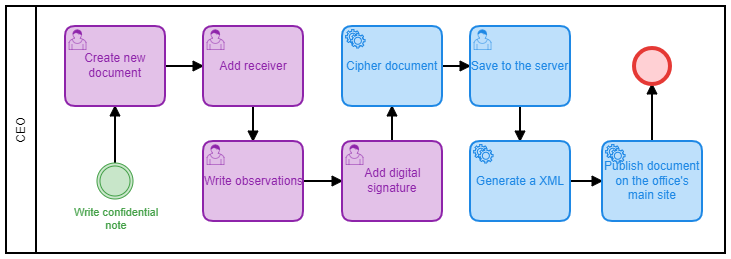
This is Documentation/BPMN/Images/Confidential.png from abiisnn/Digital-Office, a BPMN export, as it was before one commit. Its source is kept beside it as Documentation/BPMN/Confidential.bpmn. Ids are renumbered. Source of this version:
```xml
<bpmn:definitions xmlns:bpmn="http://www.omg.org/spec/BPMN/20100524/MODEL" xmlns:bpmndi="http://www.omg.org/spec/BPMN/20100524/DI" xmlns:di="http://www.omg.org/spec/DD/20100524/DI" xmlns:dc="http://www.omg.org/spec/DD/20100524/DC" xmlns:bioc="http://bpmn.io/schema/bpmn/biocolor/1.0" id="Definitions_n1" targetNamespace="http://bpmn.io/schema/bpmn" exporter="Camunda Modeler" exporterVersion="2.0.3">
  <bpmn:collaboration id="Collaboration_n2">
    <bpmn:participant id="Participant_n3" name="CEO" processRef="Process_1" />
  </bpmn:collaboration>
  <bpmn:process id="Process_1" isExecutable="true">
    <bpmn:sequenceFlow id="SequenceFlow_n4" sourceRef="ServiceTask_n5" targetRef="EndEvent_n6" />
    <bpmn:sequenceFlow id="SequenceFlow_n7" sourceRef="Task_n8" targetRef="ServiceTask_n5" />
    <bpmn:sequenceFlow id="SequenceFlow_n9" sourceRef="UserTask_n10" targetRef="UserTask_n11" />
    <bpmn:sequenceFlow id="SequenceFlow_n12" sourceRef="UserTask_n11" targetRef="ServiceTask_n13" />
    <bpmn:sequenceFlow id="SequenceFlow_n14" sourceRef="IntermediateThrowEvent_n15" targetRef="UserTask_n16" />
    <bpmn:userTask id="UserTask_n16" name="Create new document">
      <bpmn:incoming>SequenceFlow_n14</bpmn:incoming>
      <bpmn:outgoing>SequenceFlow_n17</bpmn:outgoing>
    </bpmn:userTask>
    <bpmn:intermediateThrowEvent id="IntermediateThrowEvent_n15" name="Write confidential note">
      <bpmn:outgoing>SequenceFlow_n14</bpmn:outgoing>
    </bpmn:intermediateThrowEvent>
    <bpmn:userTask id="Task_n18" name="Add receiver">
      <bpmn:incoming>SequenceFlow_n17</bpmn:incoming>
      <bpmn:outgoing>SequenceFlow_n19</bpmn:outgoing>
    </bpmn:userTask>
    <bpmn:sequenceFlow id="SequenceFlow_n17" sourceRef="UserTask_n16" targetRef="Task_n18" />
    <bpmn:sequenceFlow id="SequenceFlow_n19" sourceRef="Task_n18" targetRef="UserTask_n10" />
    <bpmn:userTask id="UserTask_n10" name="Write observations">
      <bpmn:incoming>SequenceFlow_n19</bpmn:incoming>
      <bpmn:outgoing>SequenceFlow_n9</bpmn:outgoing>
    </bpmn:userTask>
    <bpmn:userTask id="UserTask_n11" name="Add digital signature">
      <bpmn:incoming>SequenceFlow_n9</bpmn:incoming>
      <bpmn:outgoing>SequenceFlow_n12</bpmn:outgoing>
    </bpmn:userTask>
    <bpmn:serviceTask id="ServiceTask_n13" name="Cipher document">
      <bpmn:incoming>SequenceFlow_n12</bpmn:incoming>
      <bpmn:outgoing>SequenceFlow_n20</bpmn:outgoing>
    </bpmn:serviceTask>
    <bpmn:serviceTask id="Task_n8" name="Generate a XML">
      <bpmn:incoming>SequenceFlow_n21</bpmn:incoming>
      <bpmn:outgoing>SequenceFlow_n7</bpmn:outgoing>
    </bpmn:serviceTask>
    <bpmn:sequenceFlow id="SequenceFlow_n20" sourceRef="ServiceTask_n13" targetRef="Task_n22" />
    <bpmn:userTask id="Task_n22" name="Save to the server">
      <bpmn:incoming>SequenceFlow_n20</bpmn:incoming>
      <bpmn:outgoing>SequenceFlow_n21</bpmn:outgoing>
    </bpmn:userTask>
    <bpmn:sequenceFlow id="SequenceFlow_n21" sourceRef="Task_n22" targetRef="Task_n8" />
    <bpmn:serviceTask id="ServiceTask_n5" name="Publish document on the office&#39;s main site">
      <bpmn:incoming>SequenceFlow_n7</bpmn:incoming>
      <bpmn:outgoing>SequenceFlow_n4</bpmn:outgoing>
    </bpmn:serviceTask>
    <bpmn:endEvent id="EndEvent_n6">
      <bpmn:incoming>SequenceFlow_n4</bpmn:incoming>
    </bpmn:endEvent>
  </bpmn:process>
  <bpmndi:BPMNDiagram id="BPMNDiagram_1">
    <bpmndi:BPMNPlane id="BPMNPlane_1" bpmnElement="Collaboration_n2">
      <bpmndi:BPMNShape id="Participant_n3_di" bpmnElement="Participant_n3">
        <dc:Bounds x="47" y="189" width="719" height="247" />
      </bpmndi:BPMNShape>
      <bpmndi:BPMNShape id="ServiceTask_n5_di" bpmnElement="ServiceTask_n5" bioc:stroke="#1E88E5" bioc:fill="#BBDEFB">
        <dc:Bounds x="643" y="324" width="100" height="80" />
      </bpmndi:BPMNShape>
      <bpmndi:BPMNShape id="EndEvent_n6_di" bpmnElement="EndEvent_n6" bioc:stroke="#E53935" bioc:fill="#FFCDD2">
        <dc:Bounds x="675" y="231" width="36" height="36" />
      </bpmndi:BPMNShape>
      <bpmndi:BPMNShape id="ServiceTask_n13_di" bpmnElement="ServiceTask_n13" bioc:stroke="#1E88E5" bioc:fill="#BBDEFB">
        <dc:Bounds x="383" y="209" width="100" height="80" />
      </bpmndi:BPMNShape>
      <bpmndi:BPMNShape id="UserTask_n11_di" bpmnElement="UserTask_n11" bioc:stroke="#8E24AA" bioc:fill="#E1BEE7">
        <dc:Bounds x="383" y="324" width="100" height="80" />
      </bpmndi:BPMNShape>
      <bpmndi:BPMNEdge id="SequenceFlow_n12_di" bpmnElement="SequenceFlow_n12">
        <di:waypoint x="433" y="324" />
        <di:waypoint x="433" y="289" />
      </bpmndi:BPMNEdge>
      <bpmndi:BPMNShape id="UserTask_n10_di" bpmnElement="UserTask_n10" bioc:stroke="#8E24AA" bioc:fill="#E1BEE7">
        <dc:Bounds x="244" y="324" width="100" height="80" />
      </bpmndi:BPMNShape>
      <bpmndi:BPMNShape id="IntermediateThrowEvent_n15_di" bpmnElement="IntermediateThrowEvent_n15" bioc:stroke="#43A047" bioc:fill="#C8E6C9">
        <dc:Bounds x="138" y="346" width="36" height="36" />
        <bpmndi:BPMNLabel>
          <dc:Bounds x="115" y="389" width="84" height="27" />
        </bpmndi:BPMNLabel>
      </bpmndi:BPMNShape>
      <bpmndi:BPMNEdge id="SequenceFlow_n14_di" bpmnElement="SequenceFlow_n14">
        <di:waypoint x="156" y="346" />
        <di:waypoint x="156" y="289" />
      </bpmndi:BPMNEdge>
      <bpmndi:BPMNShape id="UserTask_n16_di" bpmnElement="UserTask_n16" bioc:stroke="#8E24AA" bioc:fill="#E1BEE7">
        <dc:Bounds x="106" y="209" width="100" height="80" />
      </bpmndi:BPMNShape>
      <bpmndi:BPMNEdge id="SequenceFlow_n9_di" bpmnElement="SequenceFlow_n9">
        <di:waypoint x="344" y="364" />
        <di:waypoint x="383" y="364" />
      </bpmndi:BPMNEdge>
      <bpmndi:BPMNEdge id="SequenceFlow_n7_di" bpmnElement="SequenceFlow_n7">
        <di:waypoint x="611" y="364" />
        <di:waypoint x="643" y="364" />
      </bpmndi:BPMNEdge>
      <bpmndi:BPMNEdge id="SequenceFlow_n4_di" bpmnElement="SequenceFlow_n4">
        <di:waypoint x="693" y="324" />
        <di:waypoint x="693" y="267" />
      </bpmndi:BPMNEdge>
      <bpmndi:BPMNShape id="ServiceTask_1scru0k_di" bpmnElement="Task_n8" bioc:stroke="#1E88E5" bioc:fill="#BBDEFB">
        <dc:Bounds x="511" y="324" width="100" height="80" />
      </bpmndi:BPMNShape>
      <bpmndi:BPMNShape id="UserTask_0fbclnx_di" bpmnElement="Task_n18" bioc:stroke="#8E24AA" bioc:fill="#E1BEE7">
        <dc:Bounds x="244" y="209" width="100" height="80" />
      </bpmndi:BPMNShape>
      <bpmndi:BPMNEdge id="SequenceFlow_n17_di" bpmnElement="SequenceFlow_n17">
        <di:waypoint x="206" y="249" />
        <di:waypoint x="244" y="249" />
      </bpmndi:BPMNEdge>
      <bpmndi:BPMNEdge id="SequenceFlow_n19_di" bpmnElement="SequenceFlow_n19">
        <di:waypoint x="294" y="289" />
        <di:waypoint x="294" y="324" />
      </bpmndi:BPMNEdge>
      <bpmndi:BPMNEdge id="SequenceFlow_n20_di" bpmnElement="SequenceFlow_n20">
        <di:waypoint x="483" y="249" />
        <di:waypoint x="511" y="249" />
      </bpmndi:BPMNEdge>
      <bpmndi:BPMNShape id="UserTask_1e4o3ml_di" bpmnElement="Task_n22" bioc:stroke="#1E88E5" bioc:fill="#BBDEFB">
        <dc:Bounds x="511" y="209" width="100" height="80" />
      </bpmndi:BPMNShape>
      <bpmndi:BPMNEdge id="SequenceFlow_n21_di" bpmnElement="SequenceFlow_n21">
        <di:waypoint x="561" y="289" />
        <di:waypoint x="561" y="324" />
      </bpmndi:BPMNEdge>
    </bpmndi:BPMNPlane>
  </bpmndi:BPMNDiagram>
</bpmn:definitions>
```
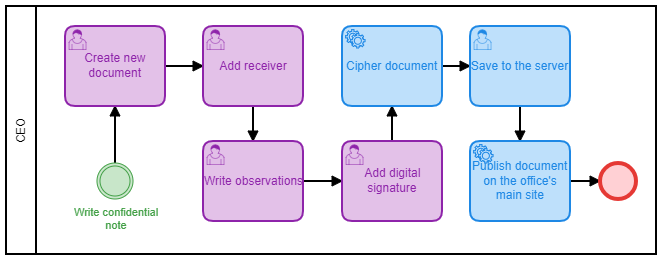
After the change.

The edit, as a diff of the source:
```diff
@@ -4,7 +4,6 @@
   </bpmn:collaboration>
   <bpmn:process id="Process_1" isExecutable="true">
     <bpmn:sequenceFlow id="SequenceFlow_n4" sourceRef="ServiceTask_n5" targetRef="EndEvent_n6" />
-    <bpmn:sequenceFlow id="SequenceFlow_n7" sourceRef="Task_n8" targetRef="ServiceTask_n5" />
     <bpmn:sequenceFlow id="SequenceFlow_n9" sourceRef="UserTask_n10" targetRef="UserTask_n11" />
     <bpmn:sequenceFlow id="SequenceFlow_n12" sourceRef="UserTask_n11" targetRef="ServiceTask_n13" />
     <bpmn:sequenceFlow id="SequenceFlow_n14" sourceRef="IntermediateThrowEvent_n15" targetRef="UserTask_n16" />
@@ -33,18 +32,14 @@
       <bpmn:incoming>SequenceFlow_n12</bpmn:incoming>
       <bpmn:outgoing>SequenceFlow_n20</bpmn:outgoing>
     </bpmn:serviceTask>
-    <bpmn:serviceTask id="Task_n8" name="Generate a XML">
-      <bpmn:incoming>SequenceFlow_n21</bpmn:incoming>
-      <bpmn:outgoing>SequenceFlow_n7</bpmn:outgoing>
-    </bpmn:serviceTask>
     <bpmn:sequenceFlow id="SequenceFlow_n20" sourceRef="ServiceTask_n13" targetRef="Task_n22" />
     <bpmn:userTask id="Task_n22" name="Save to the server">
       <bpmn:incoming>SequenceFlow_n20</bpmn:incoming>
       <bpmn:outgoing>SequenceFlow_n21</bpmn:outgoing>
     </bpmn:userTask>
-    <bpmn:sequenceFlow id="SequenceFlow_n21" sourceRef="Task_n22" targetRef="Task_n8" />
+    <bpmn:sequenceFlow id="SequenceFlow_n21" sourceRef="Task_n22" targetRef="ServiceTask_n5" />
     <bpmn:serviceTask id="ServiceTask_n5" name="Publish document on the office&#39;s main site">
-      <bpmn:incoming>SequenceFlow_n7</bpmn:incoming>
+      <bpmn:incoming>SequenceFlow_n21</bpmn:incoming>
       <bpmn:outgoing>SequenceFlow_n4</bpmn:outgoing>
     </bpmn:serviceTask>
     <bpmn:endEvent id="EndEvent_n6">
@@ -54,13 +49,13 @@
   <bpmndi:BPMNDiagram id="BPMNDiagram_1">
     <bpmndi:BPMNPlane id="BPMNPlane_1" bpmnElement="Collaboration_n2">
       <bpmndi:BPMNShape id="Participant_n3_di" bpmnElement="Participant_n3">
-        <dc:Bounds x="47" y="189" width="719" height="247" />
+        <dc:Bounds x="47" y="189" width="650" height="248" />
       </bpmndi:BPMNShape>
       <bpmndi:BPMNShape id="ServiceTask_n5_di" bpmnElement="ServiceTask_n5" bioc:stroke="#1E88E5" bioc:fill="#BBDEFB">
-        <dc:Bounds x="643" y="324" width="100" height="80" />
+        <dc:Bounds x="511" y="324" width="100" height="80" />
       </bpmndi:BPMNShape>
       <bpmndi:BPMNShape id="EndEvent_n6_di" bpmnElement="EndEvent_n6" bioc:stroke="#E53935" bioc:fill="#FFCDD2">
-        <dc:Bounds x="675" y="231" width="36" height="36" />
+        <dc:Bounds x="641" y="346" width="36" height="36" />
       </bpmndi:BPMNShape>
       <bpmndi:BPMNShape id="ServiceTask_n13_di" bpmnElement="ServiceTask_n13" bioc:stroke="#1E88E5" bioc:fill="#BBDEFB">
         <dc:Bounds x="383" y="209" width="100" height="80" />
@@ -92,17 +87,10 @@
         <di:waypoint x="344" y="364" />
         <di:waypoint x="383" y="364" />
       </bpmndi:BPMNEdge>
-      <bpmndi:BPMNEdge id="SequenceFlow_n7_di" bpmnElement="SequenceFlow_n7">
+      <bpmndi:BPMNEdge id="SequenceFlow_n4_di" bpmnElement="SequenceFlow_n4">
         <di:waypoint x="611" y="364" />
-        <di:waypoint x="643" y="364" />
+        <di:waypoint x="641" y="364" />
       </bpmndi:BPMNEdge>
-      <bpmndi:BPMNEdge id="SequenceFlow_n4_di" bpmnElement="SequenceFlow_n4">
-        <di:waypoint x="693" y="324" />
-        <di:waypoint x="693" y="267" />
-      </bpmndi:BPMNEdge>
-      <bpmndi:BPMNShape id="ServiceTask_1scru0k_di" bpmnElement="Task_n8" bioc:stroke="#1E88E5" bioc:fill="#BBDEFB">
-        <dc:Bounds x="511" y="324" width="100" height="80" />
-      </bpmndi:BPMNShape>
       <bpmndi:BPMNShape id="UserTask_0fbclnx_di" bpmnElement="Task_n18" bioc:stroke="#8E24AA" bioc:fill="#E1BEE7">
         <dc:Bounds x="244" y="209" width="100" height="80" />
       </bpmndi:BPMNShape>
```
